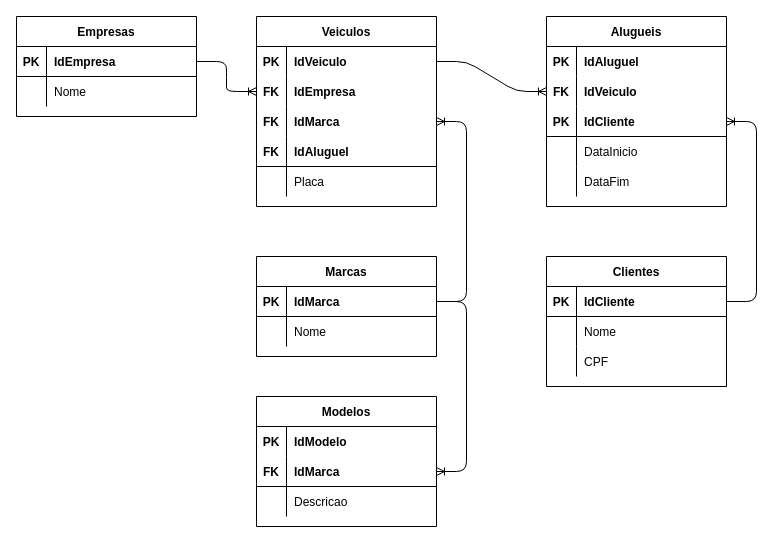
Before: page "logico" (2 of 2) of sprint-1-bd/exercicios/1.2-exercicio-locadora/01_modelagem_conceitual-logico.drawio in LameckVieira/senai_sprint1_bd, a draw.io diagram. Source tidied: cells renumbered, new cells numbered last; positions are measured from the earlier drawing's top-left corner, leaving out a move shared by most shapes. Both pictures are drawn from the tidied source at 100%, with x=0, y=0 at pixel (16, 16).
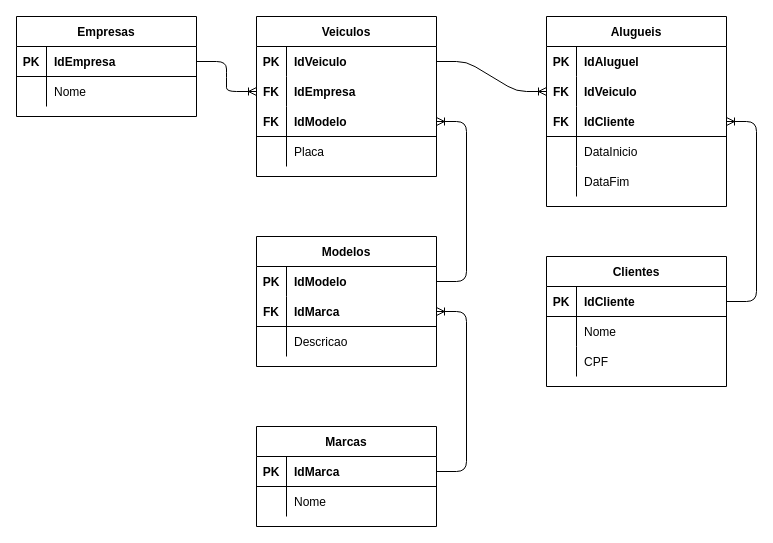
The same page after the edit.

Unchanged cells that the change refers to:
```xml
<mxCell id="27" style="shape=partialRectangle;fillColor=none;top=0;left=0;bottom=1;right=0;points=[[0,0.5],[1,0.5]];portConstraint=eastwest;" parent="26" vertex="1">
  <mxGeometry y="30" width="180" height="30" as="geometry" />
</mxCell>
<mxCell id="35" style="shape=partialRectangle;fillColor=none;top=0;left=0;bottom=1;right=0;points=[[0,0.5],[1,0.5]];portConstraint=eastwest;strokeColor=none;" parent="34" vertex="1">
  <mxGeometry y="30" width="180" height="30" as="geometry" />
</mxCell>
<mxCell id="38" style="shape=partialRectangle;fillColor=none;top=0;left=0;bottom=1;right=0;points=[[0,0.5],[1,0.5]];portConstraint=eastwest;" parent="34" vertex="1">
  <mxGeometry y="60" width="180" height="30" as="geometry" />
</mxCell>
<mxCell id="52" style="shape=partialRectangle;fillColor=none;top=0;left=0;bottom=1;right=0;points=[[0,0.5],[1,0.5]];portConstraint=eastwest;" parent="45" vertex="1">
  <mxGeometry y="90" width="180" height="30" as="geometry" />
</mxCell>
```

The edit, as a diff of the source:
```diff
@@
     <mxCell id="9" value="Veiculos" style="shape=table;startSize=30;childLayout=tableLayout;rowLines=0;fontStyle=1;align=center;" parent="1" vertex="1">
-      <mxGeometry x="240" width="180" height="190" as="geometry" />
+      <mxGeometry x="240" width="180" height="160" as="geometry" />
     </mxCell>
@@
-    <mxCell id="16" style="shape=partialRectangle;fillColor=none;top=0;left=0;bottom=1;right=0;points=[[0,0.5],[1,0.5]];portConstraint=eastwest;strokeColor=none;" parent="9" vertex="1">
-      <mxGeometry y="90" width="180" height="30" as="geometry" />
-    </mxCell>
-    <mxCell id="17" value="FK" style="shape=partialRectangle;fillColor=none;top=0;left=0;bottom=0;right=0;fontStyle=1;overflow=hidden;" parent="16" vertex="1">
-      <mxGeometry width="30" height="30" as="geometry" />
-    </mxCell>
-    <mxCell id="18" value="IdMarca" style="shape=partialRectangle;fillColor=none;top=0;left=0;bottom=0;right=0;align=left;spacingLeft=6;fontStyle=1;overflow=hidden;" parent="16" vertex="1">
-      <mxGeometry x="30" width="150" height="30" as="geometry" />
-    </mxCell>
     <mxCell id="19" style="shape=partialRectangle;fillColor=none;top=0;left=0;bottom=1;right=0;points=[[0,0.5],[1,0.5]];portConstraint=eastwest;" parent="9" vertex="1">
-      <mxGeometry y="120" width="180" height="30" as="geometry" />
+      <mxGeometry y="90" width="180" height="30" as="geometry" />
     </mxCell>
@@
-    <mxCell id="21" value="IdAluguel" style="shape=partialRectangle;fillColor=none;top=0;left=0;bottom=0;right=0;align=left;spacingLeft=6;fontStyle=1;overflow=hidden;" parent="19" vertex="1">
+    <mxCell id="21" value="IdModelo" style="shape=partialRectangle;fillColor=none;top=0;left=0;bottom=0;right=0;align=left;spacingLeft=6;fontStyle=1;overflow=hidden;" parent="19" vertex="1">
       <mxGeometry x="30" width="150" height="30" as="geometry" />
     </mxCell>
     <mxCell id="22" style="shape=partialRectangle;fillColor=none;top=0;left=0;bottom=0;right=0;" parent="9" vertex="1">
-      <mxGeometry y="150" width="180" height="30" as="geometry" />
+      <mxGeometry y="120" width="180" height="30" as="geometry" />
     </mxCell>
@@
     <mxCell id="26" value="Marcas" style="shape=table;startSize=30;childLayout=tableLayout;rowLines=0;fontStyle=1;align=center;" parent="1" vertex="1">
-      <mxGeometry x="240" y="240" width="180" height="100" as="geometry" />
+      <mxGeometry x="240" y="410" width="180" height="100" as="geometry" />
     </mxCell>
@@
-    <mxCell id="33" style="edgeStyle=entityRelationEdgeStyle;fontSize=12;html=1;endArrow=ERoneToMany;" parent="1" edge="1" source="27" target="16">
-      <mxGeometry relative="1" as="geometry" />
-    </mxCell>
     <mxCell id="34" value="Modelos" style="shape=table;startSize=30;childLayout=tableLayout;rowLines=0;fontStyle=1;align=center;" parent="1" vertex="1">
-      <mxGeometry x="240" y="380" width="180" height="130" as="geometry" />
+      <mxGeometry x="240" y="220" width="180" height="130" as="geometry" />
     </mxCell>
@@
-    <mxCell id="44" style="edgeStyle=entityRelationEdgeStyle;fontSize=12;html=1;endArrow=ERoneToMany;" parent="1" edge="1" source="27" target="38">
-      <mxGeometry relative="1" as="geometry" />
-    </mxCell>
@@
-    <mxCell id="53" value="PK" style="shape=partialRectangle;fillColor=none;top=0;left=0;bottom=0;right=0;fontStyle=1;overflow=hidden;" parent="52" vertex="1">
+    <mxCell id="53" value="FK" style="shape=partialRectangle;fillColor=none;top=0;left=0;bottom=0;right=0;fontStyle=1;overflow=hidden;" parent="52" vertex="1">
       <mxGeometry width="30" height="30" as="geometry" />
     </mxCell>
@@
+    <mxCell id="44" style="edgeStyle=entityRelationEdgeStyle;fontSize=12;html=1;endArrow=ERoneToMany;" parent="1" edge="1" source="27" target="38">
+      <mxGeometry relative="1" as="geometry" />
+    </mxCell>
+    <mxCell id="73" style="edgeStyle=entityRelationEdgeStyle;fontSize=12;html=1;endArrow=ERoneToMany;" parent="1" edge="1" source="35" target="19">
+      <mxGeometry relative="1" as="geometry" />
+    </mxCell>
```
